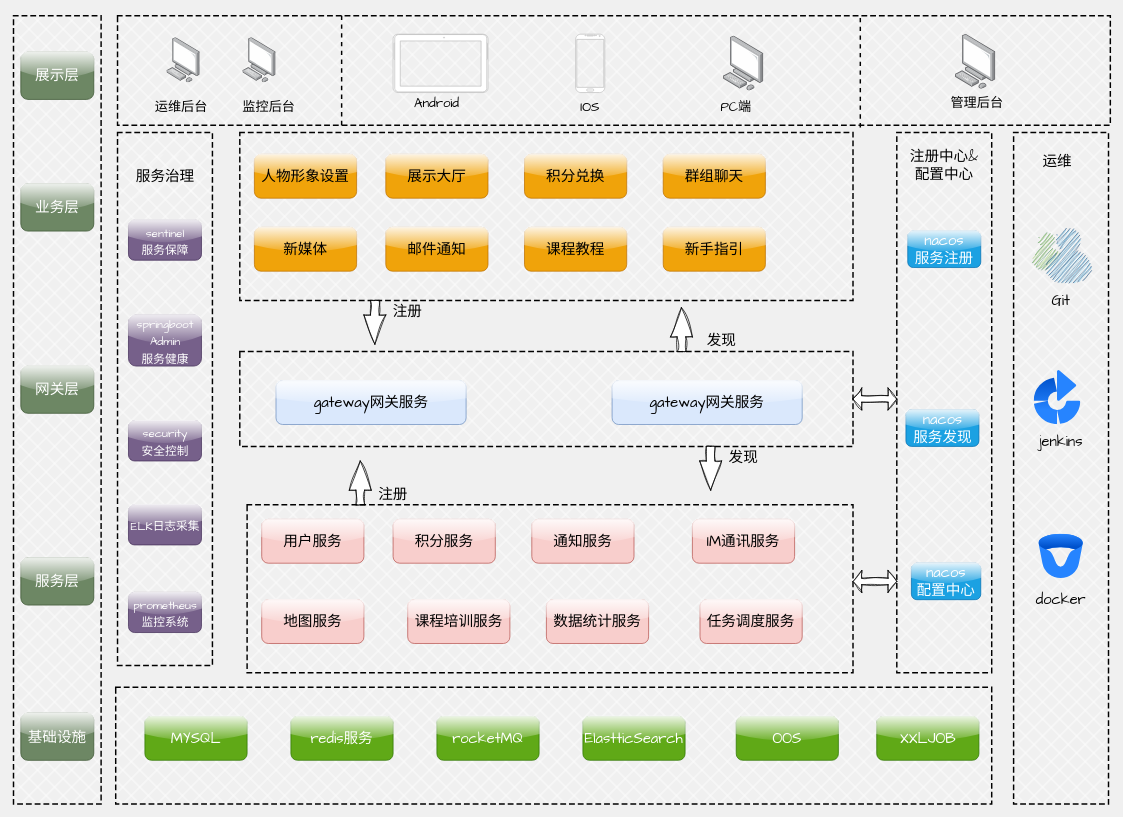
Before: 业务架构图.drawio in GobHub/HelloWorld, a draw.io diagram. Source tidied: cells renumbered, new cells numbered last; positions are measured from the earlier drawing's top-left corner, leaving out a move shared by most shapes. Both pictures are drawn from the tidied source at 73%, with x=0, y=0 at pixel (13, 13). Pictures stored in the file or linked from it are replaced by grey dashed boxes.
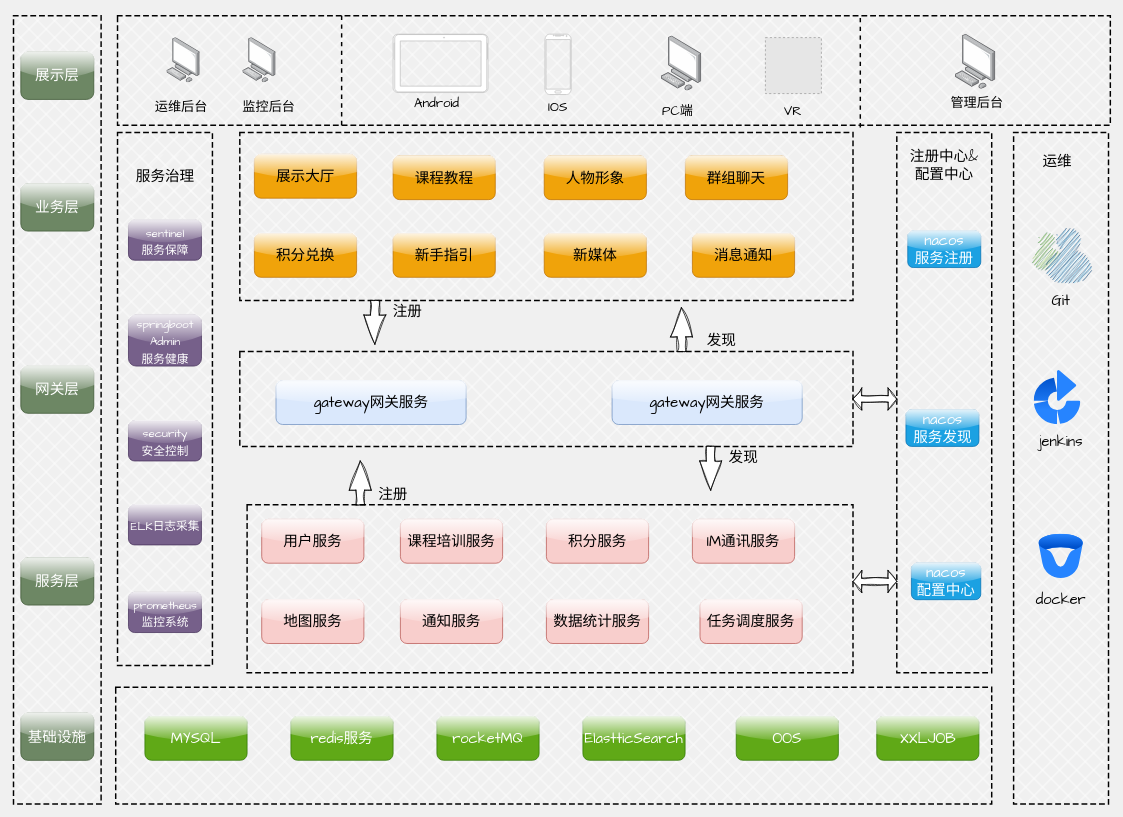
After the change.

Commit message:
更新业务架构图.drawio

The edit, as a diff of the source:
```diff
@@
     <mxCell id="14" style="verticalLabelPosition=bottom;verticalAlign=top;html=1;shadow=0;dashed=0;strokeWidth=1;shape=mxgraph.android.phone2;strokeColor=#c0c0c0;hachureGap=4;fontFamily=Architects Daughter;fontSize=20;" parent="1" vertex="1">
-      <mxGeometry x="770" y="28.3" width="40" height="80" as="geometry" />
+      <mxGeometry x="728" y="28.3" width="36" height="82.7" as="geometry" />
     </mxCell>
     <mxCell id="15" style="image;html=1;align=center;shadow=0;dashed=0;image=img/lib/allied_telesis/computer_and_terminals/Personal_Computer.svg;sketch=1;hachureGap=4;jiggle=2;curveFitting=1;fontFamily=Architects Daughter;fontSize=20;" parent="1" vertex="1">
-      <mxGeometry x="972.2" y="30.7" width="55.6" height="75.3" as="geometry" />
+      <mxGeometry x="887.2" y="30.7" width="55.6" height="75.3" as="geometry" />
     </mxCell>
@@
     <mxCell id="17" value="IOS" style="text;html=1;strokeColor=none;fillColor=none;align=center;verticalAlign=middle;whiteSpace=wrap;rounded=0;fontSize=18;fontFamily=Architects Daughter;" parent="1" vertex="1">
-      <mxGeometry x="740" y="113" width="100" height="30" as="geometry" />
+      <mxGeometry x="696" y="113" width="100" height="30" as="geometry" />
     </mxCell>
@@
     <mxCell id="21" value="PC端" style="text;html=1;strokeColor=none;fillColor=none;align=center;verticalAlign=middle;whiteSpace=wrap;rounded=0;fontSize=18;fontFamily=Architects Daughter;" parent="1" vertex="1">
-      <mxGeometry x="940.4" y="113" width="100" height="30" as="geometry" />
+      <mxGeometry x="860" y="117.7" width="100" height="30" as="geometry" />
     </mxCell>
@@
-    <mxCell id="31" value="人物形象设置" style="rounded=1;whiteSpace=wrap;html=1;hachureGap=4;fontFamily=Architects Daughter;fontSize=20;shadow=0;glass=1;fillColor=#f0a30a;strokeColor=#BD7000;fontColor=#000000;" parent="1" vertex="1">
-      <mxGeometry x="330" y="193" width="140" height="60" as="geometry" />
+    <mxCell id="31" value="人物形象" style="rounded=1;whiteSpace=wrap;html=1;hachureGap=4;fontFamily=Architects Daughter;fontSize=20;shadow=0;glass=1;fillColor=#f0a30a;strokeColor=#BD7000;fontColor=#000000;" parent="1" vertex="1">
+      <mxGeometry x="727" y="195" width="140" height="60" as="geometry" />
     </mxCell>
     <mxCell id="32" value="展示大厅" style="rounded=1;whiteSpace=wrap;html=1;hachureGap=4;fontFamily=Architects Daughter;fontSize=20;shadow=0;glass=1;fillColor=#f0a30a;strokeColor=#BD7000;fontColor=#000000;" parent="1" vertex="1">
-      <mxGeometry x="510" y="193" width="140" height="60" as="geometry" />
+      <mxGeometry x="330" y="193" width="140" height="60" as="geometry" />
     </mxCell>
     <mxCell id="33" value="积分兑换" style="rounded=1;whiteSpace=wrap;html=1;hachureGap=4;fontFamily=Architects Daughter;fontSize=20;shadow=0;glass=1;fillColor=#f0a30a;strokeColor=#BD7000;fontColor=#000000;" parent="1" vertex="1">
-      <mxGeometry x="700" y="193" width="140" height="60" as="geometry" />
+      <mxGeometry x="330" y="301.4" width="140" height="60" as="geometry" />
     </mxCell>
     <mxCell id="34" value="群组聊天" style="rounded=1;whiteSpace=wrap;html=1;hachureGap=4;fontFamily=Architects Daughter;fontSize=20;shadow=0;glass=1;fillColor=#f0a30a;strokeColor=#BD7000;fontColor=#000000;" parent="1" vertex="1">
-      <mxGeometry x="890" y="193" width="140" height="60" as="geometry" />
+      <mxGeometry x="920.4" y="195" width="140" height="60" as="geometry" />
     </mxCell>
     <mxCell id="35" value="新媒体" style="rounded=1;whiteSpace=wrap;html=1;hachureGap=4;fontFamily=Architects Daughter;fontSize=20;shadow=0;glass=1;fillColor=#f0a30a;strokeColor=#BD7000;fontColor=#000000;" parent="1" vertex="1">
-      <mxGeometry x="330" y="293" width="140" height="60" as="geometry" />
+      <mxGeometry x="727" y="301.4" width="140" height="60" as="geometry" />
     </mxCell>
-    <mxCell id="36" value="邮件通知" style="rounded=1;whiteSpace=wrap;html=1;hachureGap=4;fontFamily=Architects Daughter;fontSize=20;shadow=0;glass=1;fillColor=#f0a30a;strokeColor=#BD7000;fontColor=#000000;" parent="1" vertex="1">
-      <mxGeometry x="510" y="293" width="140" height="60" as="geometry" />
+    <mxCell id="36" value="消息通知" style="rounded=1;whiteSpace=wrap;html=1;hachureGap=4;fontFamily=Architects Daughter;fontSize=20;shadow=0;glass=1;fillColor=#f0a30a;strokeColor=#BD7000;fontColor=#000000;" parent="1" vertex="1">
+      <mxGeometry x="930" y="301.4" width="140" height="60" as="geometry" />
     </mxCell>
     <mxCell id="37" value="课程教程" style="rounded=1;whiteSpace=wrap;html=1;hachureGap=4;fontFamily=Architects Daughter;fontSize=20;shadow=0;glass=1;fillColor=#f0a30a;strokeColor=#BD7000;fontColor=#000000;" parent="1" vertex="1">
-      <mxGeometry x="700" y="293" width="140" height="60" as="geometry" />
+      <mxGeometry x="520" y="195" width="140" height="60" as="geometry" />
     </mxCell>
     <mxCell id="38" value="新手指引" style="rounded=1;whiteSpace=wrap;html=1;hachureGap=4;fontFamily=Architects Daughter;fontSize=20;shadow=0;glass=1;fillColor=#f0a30a;strokeColor=#BD7000;fontColor=#000000;" parent="1" vertex="1">
-      <mxGeometry x="890" y="293" width="140" height="60" as="geometry" />
+      <mxGeometry x="520" y="301.4" width="140" height="60" as="geometry" />
     </mxCell>
@@
     <mxCell id="56" value="积分服务" style="rounded=1;whiteSpace=wrap;html=1;hachureGap=4;fontFamily=Architects Daughter;fontSize=20;shadow=0;glass=1;fillColor=#f8cecc;strokeColor=#b85450;" parent="1" vertex="1">
-      <mxGeometry x="520" y="693" width="140" height="60" as="geometry" />
+      <mxGeometry x="730" y="693" width="140" height="60" as="geometry" />
     </mxCell>
     <mxCell id="57" value="通知服务" style="rounded=1;whiteSpace=wrap;html=1;hachureGap=4;fontFamily=Architects Daughter;fontSize=20;shadow=0;glass=1;fillColor=#f8cecc;strokeColor=#b85450;" parent="1" vertex="1">
-      <mxGeometry x="710" y="693" width="140" height="60" as="geometry" />
+      <mxGeometry x="530" y="803" width="140" height="60" as="geometry" />
     </mxCell>
@@
     <mxCell id="60" value="课程培训服务" style="rounded=1;whiteSpace=wrap;html=1;hachureGap=4;fontFamily=Architects Daughter;fontSize=20;shadow=0;glass=1;fillColor=#f8cecc;strokeColor=#b85450;" parent="1" vertex="1">
-      <mxGeometry x="540" y="803" width="140" height="60" as="geometry" />
+      <mxGeometry x="530" y="693" width="140" height="60" as="geometry" />
     </mxCell>
@@
+    <mxCell id="99" style="fillColor=#E6E6E6;strokeColor=#999999;dashed=1;html=1;verticalAlign=top;verticalLabelPosition=bottom;labelBackgroundColor=#ffffff;fontFamily=Architects Daughter;fontSize=20;" parent="1" vertex="1">
+      <mxGeometry x="1030" y="33" width="76.7" height="76.7" as="geometry" />
+    </mxCell>
+    <mxCell id="100" value="VR" style="text;html=1;strokeColor=none;fillColor=none;align=center;verticalAlign=middle;whiteSpace=wrap;rounded=0;fontSize=18;fontFamily=Architects Daughter;" parent="1" vertex="1">
+      <mxGeometry x="1018.3" y="117.7" width="100" height="30" as="geometry" />
+    </mxCell>
```
